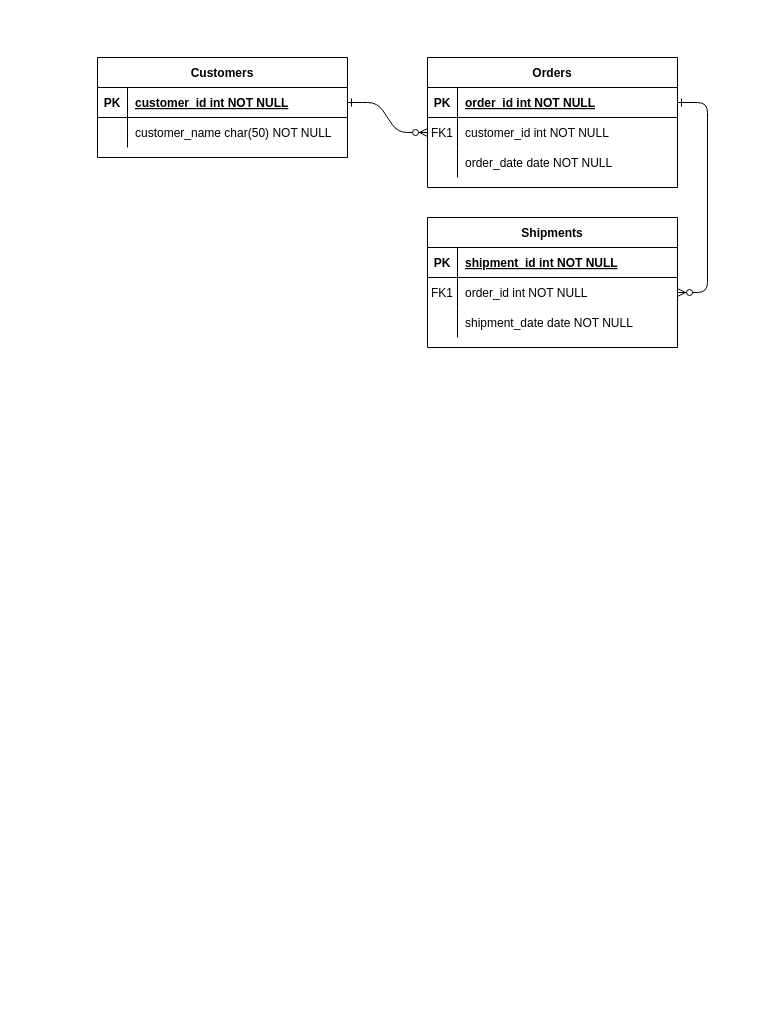
The draw.io diagram Untitled Diagram.drawio in LaRaya2005/hello-world1, before the edit. Source tidied: cells renumbered, new cells numbered last; positions are measured from the earlier drawing's top-left corner, leaving out a move shared by most shapes. Both pictures are drawn from the tidied source at 100%, with x=0, y=0 at pixel (97, 57).
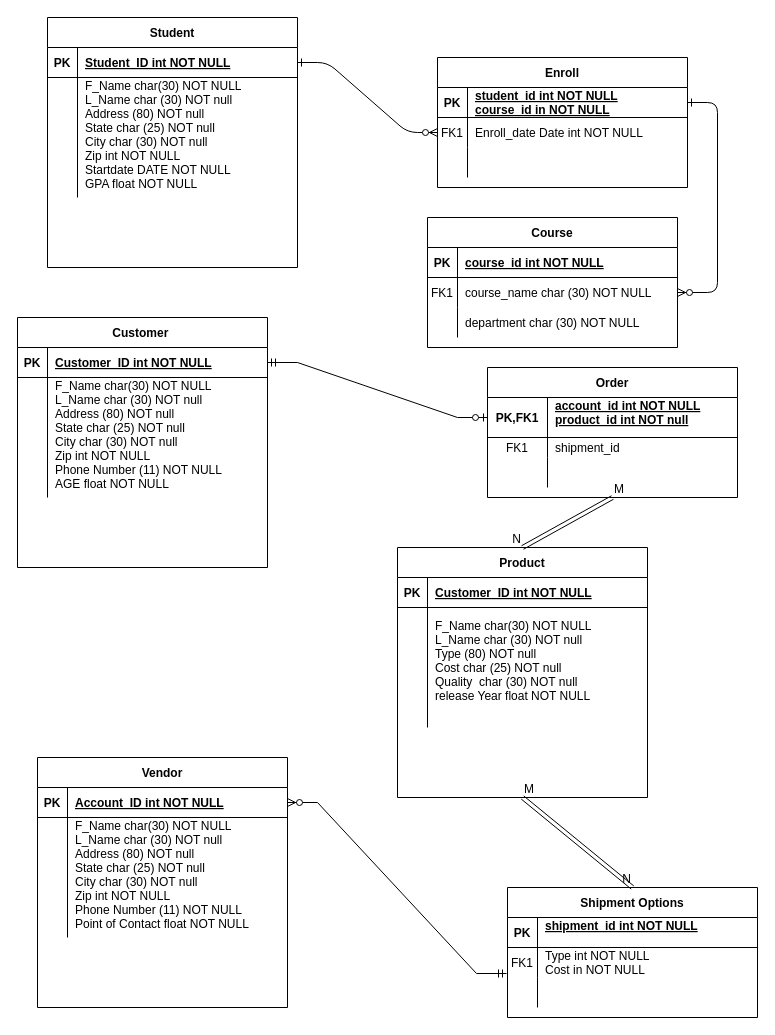
Above is the later version.

The change refers to these unchanged cells:
```xml
<mxCell id="5" style="shape=partialRectangle;fillColor=none;points=[[0,0.5],[1,0.5]];portConstraint=eastwest;top=0;left=0;right=0;bottom=1;" parent="4" vertex="1">
  <mxGeometry y="30" width="250" height="30" as="geometry" />
</mxCell>
<mxCell id="8" style="shape=partialRectangle;fillColor=none;points=[[0,0.5],[1,0.5]];portConstraint=eastwest;top=0;left=0;right=0;bottom=0;" parent="4" vertex="1">
  <mxGeometry y="60" width="250" height="30" as="geometry" />
</mxCell>
<mxCell id="11" style="shape=partialRectangle;fillColor=none;top=0;left=0;right=0;bottom=0;" parent="4" vertex="1">
  <mxGeometry y="90" width="250" height="30" as="geometry" />
</mxCell>
<mxCell id="15" style="shape=partialRectangle;fillColor=none;top=0;left=0;right=0;bottom=1;" parent="14" vertex="1">
  <mxGeometry y="30" width="250" height="30" as="geometry" />
</mxCell>
<mxCell id="18" style="shape=partialRectangle;fillColor=none;points=[[0,0.5],[1,0.5]];portConstraint=eastwest;top=0;left=0;right=0;bottom=0;" parent="14" vertex="1">
  <mxGeometry y="60" width="250" height="30" as="geometry" />
</mxCell>
<mxCell id="21" style="shape=partialRectangle;fillColor=none;top=0;left=0;right=0;bottom=0;" parent="14" vertex="1">
  <mxGeometry y="90" width="250" height="30" as="geometry" />
</mxCell>
<mxCell id="25" style="shape=partialRectangle;fillColor=none;points=[[0,0.5],[1,0.5]];portConstraint=eastwest;top=0;left=0;right=0;bottom=1;" parent="24" vertex="1">
  <mxGeometry y="30" width="250" height="30" as="geometry" />
</mxCell>
```

The edit, as a diff of the source:
```diff
@@
-    <mxCell id="4" value="Orders" style="shape=table;startSize=30;childLayout=tableLayout;rowLines=0;fontStyle=1;align=center;" parent="1" vertex="1">
-      <mxGeometry x="330" width="250" height="130" as="geometry" />
+    <mxCell id="4" value="Enroll" style="shape=table;startSize=30;childLayout=tableLayout;rowLines=0;fontStyle=1;align=center;" parent="1" vertex="1">
+      <mxGeometry x="340" width="250" height="130" as="geometry" />
     </mxCell>
@@
-    <mxCell id="7" value="order_id int NOT NULL " style="shape=partialRectangle;overflow=hidden;fillColor=none;top=0;left=0;bottom=0;right=0;align=left;spacingLeft=6;fontStyle=5;" parent="5" vertex="1">
+    <mxCell id="7" value="student_id int NOT NULL &#10;course_id in NOT NULL" style="shape=partialRectangle;overflow=hidden;fillColor=none;top=0;left=0;bottom=0;right=0;align=left;spacingLeft=6;fontStyle=5;" parent="5" vertex="1">
       <mxGeometry x="30" width="220" height="30" as="geometry" />
     </mxCell>
@@
-    <mxCell id="10" value="customer_id int NOT NULL" style="shape=partialRectangle;overflow=hidden;fillColor=none;top=0;left=0;bottom=0;right=0;align=left;spacingLeft=6;" parent="8" vertex="1">
+    <mxCell id="10" value="Enroll_date Date int NOT NULL" style="shape=partialRectangle;overflow=hidden;fillColor=none;top=0;left=0;bottom=0;right=0;align=left;spacingLeft=6;" parent="8" vertex="1">
       <mxGeometry x="30" width="220" height="30" as="geometry" />
     </mxCell>
@@
-    <mxCell id="13" value="order_date date NOT NULL" style="shape=partialRectangle;overflow=hidden;fillColor=none;top=0;left=0;bottom=0;right=0;align=left;spacingLeft=6;" parent="11" vertex="1">
+    <mxCell id="13" style="shape=partialRectangle;overflow=hidden;fillColor=none;top=0;left=0;bottom=0;right=0;align=left;spacingLeft=6;" parent="11" vertex="1">
       <mxGeometry x="30" width="220" height="30" as="geometry" />
     </mxCell>
-    <mxCell id="14" value="Shipments" style="shape=table;startSize=30;childLayout=tableLayout;rowLines=0;fontStyle=1;align=center;" parent="1" vertex="1">
+    <mxCell id="14" value="Course" style="shape=table;startSize=30;childLayout=tableLayout;rowLines=0;fontStyle=1;align=center;" parent="1" vertex="1">
       <mxGeometry x="330" y="160" width="250" height="130" as="geometry" />
     </mxCell>
@@
-    <mxCell id="17" value="shipment_id int NOT NULL " style="shape=partialRectangle;overflow=hidden;fillColor=none;top=0;left=0;bottom=0;right=0;align=left;spacingLeft=6;fontStyle=5;" parent="15" vertex="1">
+    <mxCell id="17" value="course_id int NOT NULL " style="shape=partialRectangle;overflow=hidden;fillColor=none;top=0;left=0;bottom=0;right=0;align=left;spacingLeft=6;fontStyle=5;" parent="15" vertex="1">
       <mxGeometry x="30" width="220" height="30" as="geometry" />
     </mxCell>
@@
-    <mxCell id="20" value="order_id int NOT NULL" style="shape=partialRectangle;overflow=hidden;fillColor=none;top=0;left=0;bottom=0;right=0;align=left;spacingLeft=6;" parent="18" vertex="1">
+    <mxCell id="20" value="course_name char (30) NOT NULL" style="shape=partialRectangle;overflow=hidden;fillColor=none;top=0;left=0;bottom=0;right=0;align=left;spacingLeft=6;" parent="18" vertex="1">
       <mxGeometry x="30" width="220" height="30" as="geometry" />
     </mxCell>
@@
-    <mxCell id="23" value="shipment_date date NOT NULL" style="shape=partialRectangle;overflow=hidden;fillColor=none;top=0;left=0;bottom=0;right=0;align=left;spacingLeft=6;" parent="21" vertex="1">
+    <mxCell id="23" value="department char (30) NOT NULL" style="shape=partialRectangle;overflow=hidden;fillColor=none;top=0;left=0;bottom=0;right=0;align=left;spacingLeft=6;" parent="21" vertex="1">
       <mxGeometry x="30" width="220" height="30" as="geometry" />
     </mxCell>
-    <mxCell id="24" value="Customers" style="shape=table;startSize=30;childLayout=tableLayout;rowLines=0;fontStyle=1;align=center;" parent="1" vertex="1">
-      <mxGeometry width="250" height="100" as="geometry" />
+    <mxCell id="24" value="Student" style="shape=table;startSize=30;childLayout=tableLayout;rowLines=0;fontStyle=1;align=center;" parent="1" vertex="1">
+      <mxGeometry x="-50" y="-40" width="250" height="250" as="geometry" />
     </mxCell>
@@
-    <mxCell id="27" value="customer_id int NOT NULL " style="shape=partialRectangle;overflow=hidden;fillColor=none;top=0;left=0;bottom=0;right=0;align=left;spacingLeft=6;fontStyle=5;" parent="25" vertex="1">
+    <mxCell id="27" value="Student_ID int NOT NULL " style="shape=partialRectangle;overflow=hidden;fillColor=none;top=0;left=0;bottom=0;right=0;align=left;spacingLeft=6;fontStyle=5;" parent="25" vertex="1">
       <mxGeometry x="30" width="220" height="30" as="geometry" />
     </mxCell>
     <mxCell id="28" style="shape=partialRectangle;fillColor=none;top=0;left=0;right=0;bottom=0;" parent="24" vertex="1">
-      <mxGeometry y="60" width="250" height="30" as="geometry" />
+      <mxGeometry y="60" width="250" height="120" as="geometry" />
     </mxCell>
     <mxCell id="29" style="shape=partialRectangle;overflow=hidden;fillColor=none;top=0;left=0;bottom=0;right=0;" parent="28" vertex="1">
-      <mxGeometry width="30" height="30" as="geometry" />
+      <mxGeometry width="30" height="120" as="geometry" />
     </mxCell>
-    <mxCell id="30" value="customer_name char(50) NOT NULL" style="shape=partialRectangle;overflow=hidden;fillColor=none;top=0;left=0;bottom=0;right=0;align=left;spacingLeft=6;" parent="28" vertex="1">
-      <mxGeometry x="30" width="220" height="30" as="geometry" />
+    <mxCell id="30" value="F_Name char(30) NOT NULL&#10;L_Name char (30) NOT null&#10;Address (80) NOT null&#10;State char (25) NOT null&#10;City char (30) NOT null&#10;Zip int NOT NULL&#10;Startdate DATE NOT NULL&#10;GPA float NOT NULL&#10;" style="shape=partialRectangle;overflow=hidden;fillColor=none;top=0;left=0;bottom=0;right=0;align=left;spacingLeft=6;" parent="28" vertex="1">
+      <mxGeometry x="30" width="220" height="120" as="geometry" />
     </mxCell>
+    <mxCell id="31" value="Customer " style="shape=table;startSize=30;childLayout=tableLayout;rowLines=0;fontStyle=1;align=center;" parent="1" vertex="1">
+      <mxGeometry x="-80" y="260" width="250" height="250" as="geometry" />
+    </mxCell>
+    <mxCell id="32" style="shape=partialRectangle;fillColor=none;points=[[0,0.5],[1,0.5]];portConstraint=eastwest;top=0;left=0;right=0;bottom=1;" parent="31" vertex="1">
+      <mxGeometry y="30" width="250" height="30" as="geometry" />
+    </mxCell>
+    <mxCell id="33" value="PK" style="shape=partialRectangle;overflow=hidden;fillColor=none;top=0;left=0;bottom=0;right=0;fontStyle=1;" parent="32" vertex="1">
+      <mxGeometry width="30" height="30" as="geometry" />
+    </mxCell>
+    <mxCell id="34" value="Customer_ID int NOT NULL " style="shape=partialRectangle;overflow=hidden;fillColor=none;top=0;left=0;bottom=0;right=0;align=left;spacingLeft=6;fontStyle=5;" parent="32" vertex="1">
+      <mxGeometry x="30" width="220" height="30" as="geometry" />
+    </mxCell>
+    <mxCell id="35" style="shape=partialRectangle;fillColor=none;top=0;left=0;right=0;bottom=0;" parent="31" vertex="1">
+      <mxGeometry y="60" width="250" height="120" as="geometry" />
+    </mxCell>
+    <mxCell id="36" style="shape=partialRectangle;overflow=hidden;fillColor=none;top=0;left=0;bottom=0;right=0;" parent="35" vertex="1">
+      <mxGeometry width="30" height="120" as="geometry" />
+    </mxCell>
+    <mxCell id="37" value="F_Name char(30) NOT NULL&#10;L_Name char (30) NOT null&#10;Address (80) NOT null&#10;State char (25) NOT null&#10;City char (30) NOT null&#10;Zip int NOT NULL&#10;Phone Number (11) NOT NULL&#10;AGE float NOT NULL&#10;" style="shape=partialRectangle;overflow=hidden;fillColor=none;top=0;left=0;bottom=0;right=0;align=left;spacingLeft=6;" parent="35" vertex="1">
+      <mxGeometry x="30" width="220" height="120" as="geometry" />
+    </mxCell>
+    <mxCell id="38" value="Shipment Options" style="shape=table;startSize=30;childLayout=tableLayout;rowLines=0;fontStyle=1;align=center;" parent="1" vertex="1">
+      <mxGeometry x="410" y="830" width="250" height="130" as="geometry" />
+    </mxCell>
+    <mxCell id="39" style="shape=partialRectangle;fillColor=none;top=0;left=0;right=0;bottom=1;" parent="38" vertex="1">
+      <mxGeometry y="30" width="250" height="30" as="geometry" />
+    </mxCell>
+    <mxCell id="40" value="PK" style="shape=partialRectangle;overflow=hidden;fillColor=none;top=0;left=0;bottom=0;right=0;fontStyle=1;" parent="39" vertex="1">
+      <mxGeometry width="30" height="30" as="geometry" />
+    </mxCell>
+    <mxCell id="41" value="shipment_id int NOT NULL &#10;" style="shape=partialRectangle;overflow=hidden;fillColor=none;top=0;left=0;bottom=0;right=0;align=left;spacingLeft=6;fontStyle=5;" parent="39" vertex="1">
+      <mxGeometry x="30" width="220" height="30" as="geometry" />
+    </mxCell>
+    <mxCell id="42" style="shape=partialRectangle;fillColor=none;points=[[0,0.5],[1,0.5]];portConstraint=eastwest;top=0;left=0;right=0;bottom=0;" parent="38" vertex="1">
+      <mxGeometry y="60" width="250" height="30" as="geometry" />
+    </mxCell>
+    <mxCell id="43" value="FK1" style="shape=partialRectangle;overflow=hidden;fillColor=none;top=0;left=0;bottom=0;right=0;" parent="42" vertex="1">
+      <mxGeometry width="30" height="30" as="geometry" />
+    </mxCell>
+    <mxCell id="44" value="Type int NOT NULL&#10;Cost in NOT NULL" style="shape=partialRectangle;overflow=hidden;fillColor=none;top=0;left=0;bottom=0;right=0;align=left;spacingLeft=6;" parent="42" vertex="1">
+      <mxGeometry x="30" width="220" height="30" as="geometry" />
+    </mxCell>
+    <mxCell id="45" style="shape=partialRectangle;fillColor=none;top=0;left=0;right=0;bottom=0;" parent="38" vertex="1">
+      <mxGeometry y="90" width="250" height="30" as="geometry" />
+    </mxCell>
+    <mxCell id="46" style="shape=partialRectangle;overflow=hidden;fillColor=none;top=0;left=0;bottom=0;right=0;" parent="45" vertex="1">
+      <mxGeometry width="30" height="30" as="geometry" />
+    </mxCell>
+    <mxCell id="47" style="shape=partialRectangle;overflow=hidden;fillColor=none;top=0;left=0;bottom=0;right=0;align=left;spacingLeft=6;" parent="45" vertex="1">
+      <mxGeometry x="30" width="220" height="30" as="geometry" />
+    </mxCell>
+    <mxCell id="48" value="Vendor" style="shape=table;startSize=30;childLayout=tableLayout;rowLines=0;fontStyle=1;align=center;" parent="1" vertex="1">
+      <mxGeometry x="-60" y="700" width="250" height="250" as="geometry" />
+    </mxCell>
+    <mxCell id="49" style="shape=partialRectangle;fillColor=none;points=[[0,0.5],[1,0.5]];portConstraint=eastwest;top=0;left=0;right=0;bottom=1;" parent="48" vertex="1">
+      <mxGeometry y="30" width="250" height="30" as="geometry" />
+    </mxCell>
+    <mxCell id="50" value="PK" style="shape=partialRectangle;overflow=hidden;fillColor=none;top=0;left=0;bottom=0;right=0;fontStyle=1;" parent="49" vertex="1">
+      <mxGeometry width="30" height="30" as="geometry" />
+    </mxCell>
+    <mxCell id="51" value="Account_ID int NOT NULL " style="shape=partialRectangle;overflow=hidden;fillColor=none;top=0;left=0;bottom=0;right=0;align=left;spacingLeft=6;fontStyle=5;" parent="49" vertex="1">
+      <mxGeometry x="30" width="220" height="30" as="geometry" />
+    </mxCell>
+    <mxCell id="52" style="shape=partialRectangle;fillColor=none;top=0;left=0;right=0;bottom=0;" parent="48" vertex="1">
+      <mxGeometry y="60" width="250" height="120" as="geometry" />
+    </mxCell>
+    <mxCell id="53" style="shape=partialRectangle;overflow=hidden;fillColor=none;top=0;left=0;bottom=0;right=0;" parent="52" vertex="1">
+      <mxGeometry width="30" height="120" as="geometry" />
+    </mxCell>
+    <mxCell id="54" value="F_Name char(30) NOT NULL&#10;L_Name char (30) NOT null&#10;Address (80) NOT null&#10;State char (25) NOT null&#10;City char (30) NOT null&#10;Zip int NOT NULL&#10;Phone Number (11) NOT NULL&#10;Point of Contact float NOT NULL&#10;" style="shape=partialRectangle;overflow=hidden;fillColor=none;top=0;left=0;bottom=0;right=0;align=left;spacingLeft=6;" parent="52" vertex="1">
+      <mxGeometry x="30" width="220" height="120" as="geometry" />
+    </mxCell>
+    <mxCell id="55" value="Order" style="shape=table;startSize=30;childLayout=tableLayout;rowLines=0;fontStyle=1;align=center;" parent="1" vertex="1">
+      <mxGeometry x="390" y="310" width="250" height="130" as="geometry" />
+    </mxCell>
+    <mxCell id="56" style="shape=partialRectangle;fillColor=none;points=[[0,0.5],[1,0.5]];portConstraint=eastwest;top=0;left=0;right=0;bottom=1;" parent="55" vertex="1">
+      <mxGeometry y="30" width="250" height="40" as="geometry" />
+    </mxCell>
+    <mxCell id="57" value="PK,FK1" style="shape=partialRectangle;overflow=hidden;fillColor=none;top=0;left=0;bottom=0;right=0;fontStyle=1;" parent="56" vertex="1">
+      <mxGeometry width="60" height="40" as="geometry" />
+    </mxCell>
+    <mxCell id="58" value="account_id int NOT NULL &#10;product_id int NOT null&#10;" style="shape=partialRectangle;overflow=hidden;fillColor=none;top=0;left=0;bottom=0;right=0;align=left;spacingLeft=6;fontStyle=5;" parent="56" vertex="1">
+      <mxGeometry x="60" width="190" height="40" as="geometry" />
+    </mxCell>
+    <mxCell id="59" style="shape=partialRectangle;fillColor=none;top=0;left=0;right=0;bottom=0;" parent="55" vertex="1">
+      <mxGeometry y="70" width="250" height="20" as="geometry" />
+    </mxCell>
+    <mxCell id="60" value="FK1" style="shape=partialRectangle;overflow=hidden;fillColor=none;top=0;left=0;bottom=0;right=0;" parent="59" vertex="1">
+      <mxGeometry width="60" height="20" as="geometry" />
+    </mxCell>
+    <mxCell id="61" value="shipment_id" style="shape=partialRectangle;overflow=hidden;fillColor=none;top=0;left=0;bottom=0;right=0;align=left;spacingLeft=6;" parent="59" vertex="1">
+      <mxGeometry x="60" width="190" height="20" as="geometry" />
+    </mxCell>
+    <mxCell id="62" style="shape=partialRectangle;fillColor=none;top=0;left=0;right=0;bottom=0;" parent="55" vertex="1">
+      <mxGeometry y="90" width="250" height="30" as="geometry" />
+    </mxCell>
+    <mxCell id="63" style="shape=partialRectangle;overflow=hidden;fillColor=none;top=0;left=0;bottom=0;right=0;" parent="62" vertex="1">
+      <mxGeometry width="60" height="30" as="geometry" />
+    </mxCell>
+    <mxCell id="64" style="shape=partialRectangle;overflow=hidden;fillColor=none;top=0;left=0;bottom=0;right=0;align=left;spacingLeft=6;" parent="62" vertex="1">
+      <mxGeometry x="60" width="190" height="30" as="geometry" />
+    </mxCell>
+    <mxCell id="65" style="edgeStyle=entityRelationEdgeStyle;fontSize=12;html=1;endArrow=ERzeroToOne;startArrow=ERmandOne;rounded=0;exitX=1;exitY=0.5;exitDx=0;exitDy=0;entryX=0;entryY=0.5;entryDx=0;entryDy=0;" parent="1" edge="1" source="32" target="56">
+      <mxGeometry relative="1" as="geometry">
+        <Array as="points">
+          <mxPoint x="300" y="410" />
+        </Array>
+      </mxGeometry>
+    </mxCell>
+    <mxCell id="66" value="Product" style="shape=table;startSize=30;childLayout=tableLayout;rowLines=0;fontStyle=1;align=center;" parent="1" vertex="1">
+      <mxGeometry x="300" y="490" width="250" height="250" as="geometry" />
+    </mxCell>
+    <mxCell id="67" style="shape=partialRectangle;fillColor=none;top=0;left=0;right=0;bottom=1;" parent="66" vertex="1">
+      <mxGeometry y="30" width="250" height="30" as="geometry" />
+    </mxCell>
+    <mxCell id="68" value="PK" style="shape=partialRectangle;overflow=hidden;fillColor=none;top=0;left=0;bottom=0;right=0;fontStyle=1;" parent="67" vertex="1">
+      <mxGeometry width="30" height="30" as="geometry" />
+    </mxCell>
+    <mxCell id="69" value="Customer_ID int NOT NULL " style="shape=partialRectangle;overflow=hidden;fillColor=none;top=0;left=0;bottom=0;right=0;align=left;spacingLeft=6;fontStyle=5;" parent="67" vertex="1">
+      <mxGeometry x="30" width="220" height="30" as="geometry" />
+    </mxCell>
+    <mxCell id="70" style="shape=partialRectangle;fillColor=none;top=0;left=0;right=0;bottom=0;" parent="66" vertex="1">
+      <mxGeometry y="60" width="250" height="120" as="geometry" />
+    </mxCell>
+    <mxCell id="71" style="shape=partialRectangle;overflow=hidden;fillColor=none;top=0;left=0;bottom=0;right=0;" parent="70" vertex="1">
+      <mxGeometry width="30" height="120" as="geometry" />
+    </mxCell>
+    <mxCell id="72" value="F_Name char(30) NOT NULL&#10;L_Name char (30) NOT null&#10;Type (80) NOT null&#10;Cost char (25) NOT null&#10;Quality  char (30) NOT null&#10;release Year float NOT NULL&#10;" style="shape=partialRectangle;overflow=hidden;fillColor=none;top=0;left=0;bottom=0;right=0;align=left;spacingLeft=6;" parent="70" vertex="1">
+      <mxGeometry x="30" width="220" height="120" as="geometry" />
+    </mxCell>
+    <mxCell id="73" style="edgeStyle=entityRelationEdgeStyle;fontSize=12;html=1;endArrow=ERzeroToMany;startArrow=ERmandOne;rounded=0;entryX=1;entryY=0.5;entryDx=0;entryDy=0;exitX=-0.004;exitY=0.867;exitDx=0;exitDy=0;exitPerimeter=0;" parent="1" edge="1" source="42" target="49">
+      <mxGeometry relative="1" as="geometry">
+        <Array as="points">
+          <mxPoint x="190" y="600" />
+        </Array>
+      </mxGeometry>
+    </mxCell>
+    <mxCell id="74" style="shape=link;html=1;rounded=0;entryX=0.5;entryY=0;entryDx=0;entryDy=0;exitX=0.5;exitY=1;exitDx=0;exitDy=0;" parent="1" edge="1" source="66" target="38">
+      <mxGeometry relative="1" as="geometry" />
+    </mxCell>
+    <mxCell id="75" value="M" style="html=1;whiteSpace=wrap;align=left;verticalAlign=bottom;" parent="74" vertex="1">
+      <mxGeometry x="-1" relative="1" as="geometry" />
+    </mxCell>
+    <mxCell id="76" value="N" style="html=1;whiteSpace=wrap;align=right;verticalAlign=bottom;" parent="74" vertex="1">
+      <mxGeometry x="1" relative="1" as="geometry" />
+    </mxCell>
+    <mxCell id="77" style="shape=link;html=1;rounded=0;entryX=0.5;entryY=0;entryDx=0;entryDy=0;exitX=0.5;exitY=1;exitDx=0;exitDy=0;" parent="1" edge="1" source="55" target="66">
+      <mxGeometry relative="1" as="geometry" />
+    </mxCell>
+    <mxCell id="78" value="M" style="html=1;whiteSpace=wrap;align=left;verticalAlign=bottom;" parent="77" vertex="1">
+      <mxGeometry x="-1" relative="1" as="geometry" />
+    </mxCell>
+    <mxCell id="79" value="N" style="html=1;whiteSpace=wrap;align=right;verticalAlign=bottom;" parent="77" vertex="1">
+      <mxGeometry x="1" relative="1" as="geometry" />
+    </mxCell>
```
